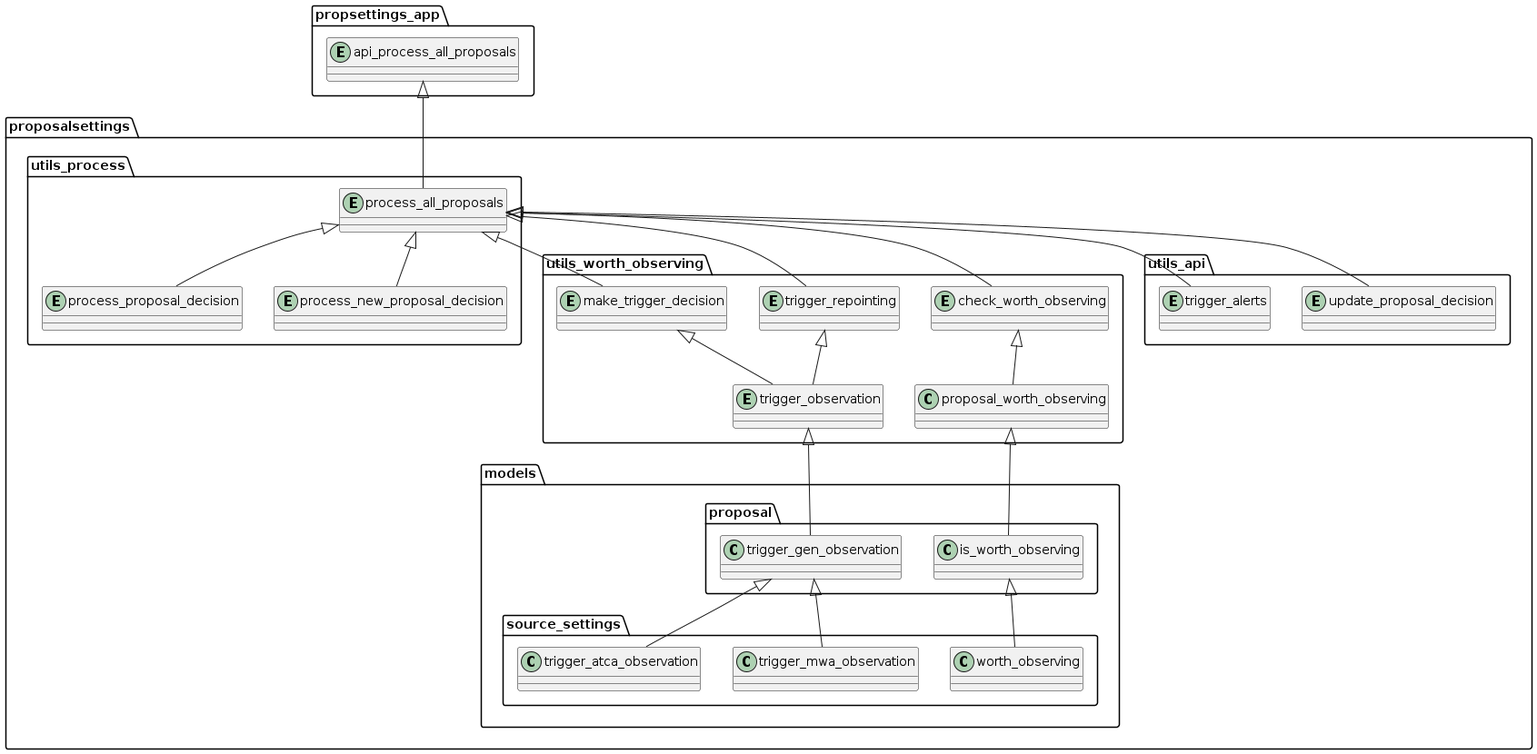
ADACS-Australia/mwa_trigger keeps this PlantUML diagram as docs/figures/prop_api_flow_diagram.png. Above is the earlier version.
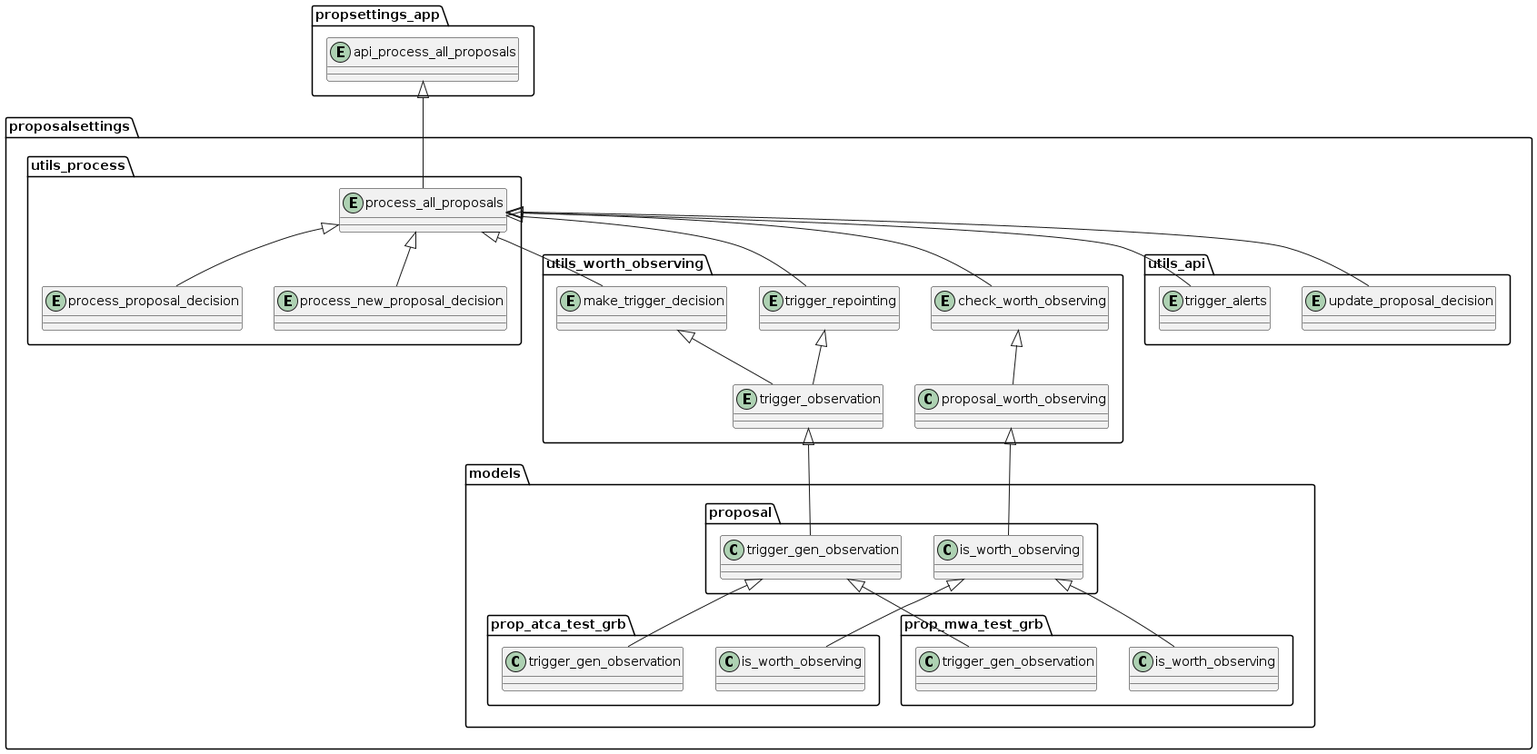
The same diagram one commit later.

Change to the diagram source:
```diff
@@ -32,10 +32,11 @@
 
 proposalsettings.utils_worth_observing.trigger_observation <|--proposalsettings.models.proposal.trigger_gen_observation
 
-proposalsettings.models.proposal.is_worth_observing <|--proposalsettings.models.source_settings.worth_observing
+proposalsettings.models.proposal.is_worth_observing <|--proposalsettings.models.prop_atca_test_grb.is_worth_observing
+proposalsettings.models.proposal.trigger_gen_observation <|--proposalsettings.models.prop_atca_test_grb.trigger_gen_observation
 
-proposalsettings.models.proposal.trigger_gen_observation <|--proposalsettings.models.source_settings.trigger_mwa_observation
-proposalsettings.models.proposal.trigger_gen_observation <|--proposalsettings.models.source_settings.trigger_atca_observation
+proposalsettings.models.proposal.is_worth_observing <|--proposalsettings.models.prop_mwa_test_grb.is_worth_observing
+proposalsettings.models.proposal.trigger_gen_observation <|--proposalsettings.models.prop_mwa_test_grb.trigger_gen_observation
 
 
 @enduml
```
